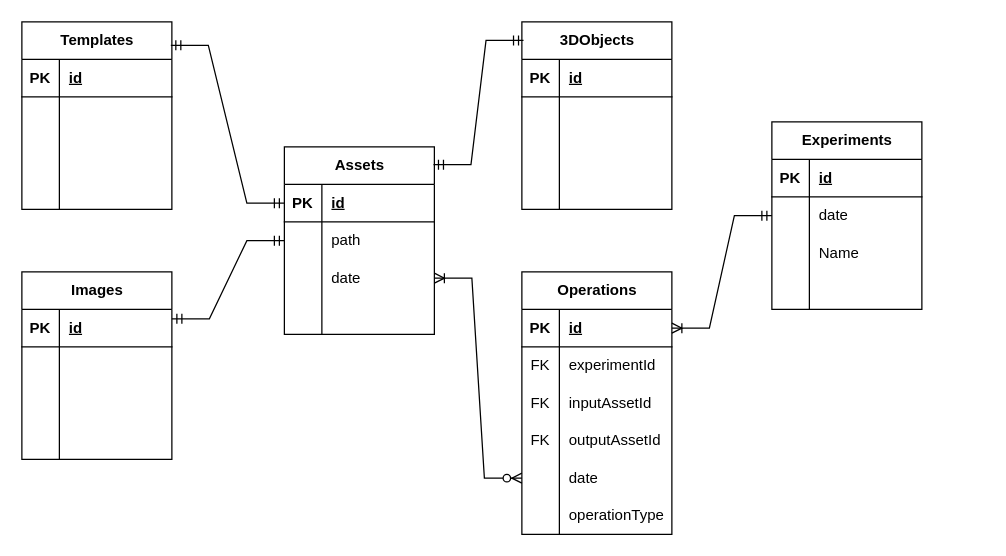
This is page "ERD" (11 of 11) of Docs/Diagrams.drawio.xml from okashaluai/Fingerprint-Biometric-Research-Tool, a draw.io file, before an edit. Source tidied: cells renumbered, new cells numbered last; positions are measured from the earlier drawing's top-left corner, leaving out a move shared by most shapes. Both pictures are drawn from the tidied source at 125%, with x=0, y=0 at pixel (21, 21).
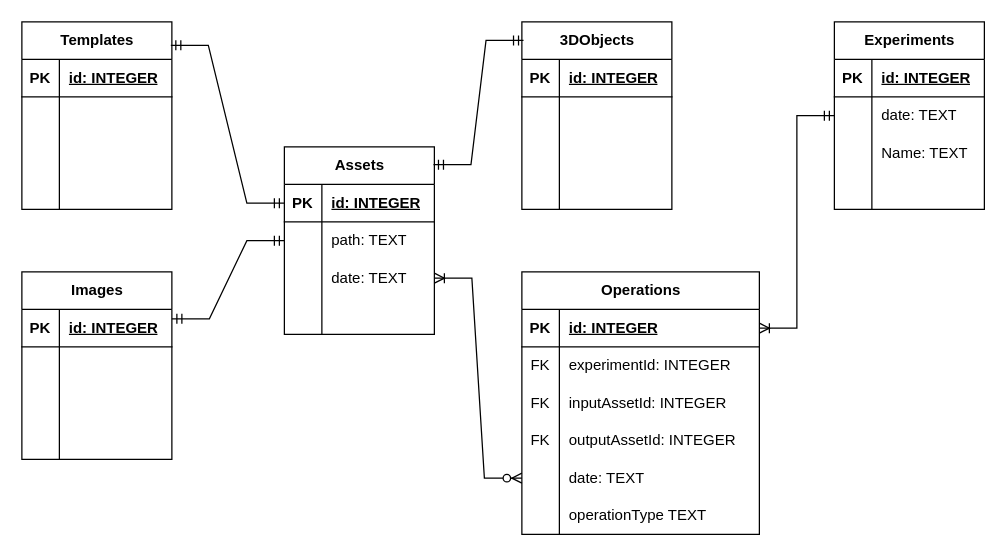
After the change.

Unchanged cells that the change refers to:
```xml
<mxCell id="3" style="shape=tableRow;horizontal=0;startSize=0;swimlaneHead=0;swimlaneBody=0;fillColor=none;top=0;left=0;right=0;bottom=1;" parent="2" vertex="1">
  <mxGeometry y="30" width="120" height="30" as="geometry" />
</mxCell>
<mxCell id="16" style="shape=tableRow;horizontal=0;startSize=0;swimlaneHead=0;swimlaneBody=0;fillColor=none;top=0;left=0;right=0;bottom=1;" parent="15" vertex="1">
  <mxGeometry y="30" width="120" height="30" as="geometry" />
</mxCell>
<mxCell id="19" style="shape=tableRow;horizontal=0;startSize=0;swimlaneHead=0;swimlaneBody=0;fillColor=none;top=0;left=0;right=0;bottom=0;" parent="15" vertex="1">
  <mxGeometry y="60" width="120" height="30" as="geometry" />
</mxCell>
<mxCell id="22" style="shape=tableRow;horizontal=0;startSize=0;swimlaneHead=0;swimlaneBody=0;fillColor=none;top=0;left=0;right=0;bottom=0;" parent="15" vertex="1">
  <mxGeometry y="90" width="120" height="30" as="geometry" />
</mxCell>
<mxCell id="50" style="shape=tableRow;horizontal=0;startSize=0;swimlaneHead=0;swimlaneBody=0;fillColor=none;top=0;left=0;right=0;bottom=1;" parent="49" vertex="1">
  <mxGeometry y="30" width="120" height="30" as="geometry" />
</mxCell>
<mxCell id="65" style="shape=tableRow;horizontal=0;startSize=0;swimlaneHead=0;swimlaneBody=0;fillColor=none;top=0;left=0;right=0;bottom=1;" parent="64" vertex="1">
  <mxGeometry y="30" width="120" height="30" as="geometry" />
</mxCell>
<mxCell id="78" style="shape=tableRow;horizontal=0;startSize=0;swimlaneHead=0;swimlaneBody=0;fillColor=none;points=[[0,0.5],[1,0.5]];portConstraint=eastwest;top=0;left=0;right=0;bottom=1;" parent="77" vertex="1">
  <mxGeometry y="30" width="120" height="30" as="geometry" />
</mxCell>
```

Change to the diagram source:
```diff
@@
-    <mxCell id="5" value="id" style="shape=partialRectangle;fillColor=none;top=0;left=0;bottom=0;right=0;align=left;spacingLeft=6;fontStyle=5;overflow=hidden;whiteSpace=wrap;html=1;" parent="3" vertex="1">
+    <mxCell id="5" value="id: INTEGER" style="shape=partialRectangle;fillColor=none;top=0;left=0;bottom=0;right=0;align=left;spacingLeft=6;fontStyle=5;overflow=hidden;whiteSpace=wrap;html=1;" parent="3" vertex="1">
       <mxGeometry x="30" width="90" height="30" as="geometry" />
     </mxCell>
@@
     <mxCell id="15" value="Experiments" style="shape=table;startSize=30;childLayout=tableLayout;rowLines=0;fontStyle=1;align=center;html=1;" parent="1" vertex="1">
-      <mxGeometry x="600" y="80" width="120" height="150" as="geometry" />
+      <mxGeometry x="650" width="120" height="150" as="geometry" />
     </mxCell>
@@
-    <mxCell id="18" value="id" style="shape=partialRectangle;fillColor=none;top=0;left=0;bottom=0;right=0;align=left;spacingLeft=6;fontStyle=5;overflow=hidden;whiteSpace=wrap;html=1;" parent="16" vertex="1">
+    <mxCell id="18" value="id: INTEGER" style="shape=partialRectangle;fillColor=none;top=0;left=0;bottom=0;right=0;align=left;spacingLeft=6;fontStyle=5;overflow=hidden;whiteSpace=wrap;html=1;" parent="16" vertex="1">
       <mxGeometry x="30" width="90" height="30" as="geometry" />
     </mxCell>
@@
-    <mxCell id="21" value="date" style="shape=partialRectangle;fillColor=none;top=0;left=0;bottom=0;right=0;align=left;spacingLeft=6;overflow=hidden;whiteSpace=wrap;html=1;" parent="19" vertex="1">
+    <mxCell id="21" value="date: TEXT" style="shape=partialRectangle;fillColor=none;top=0;left=0;bottom=0;right=0;align=left;spacingLeft=6;overflow=hidden;whiteSpace=wrap;html=1;" parent="19" vertex="1">
       <mxGeometry x="30" width="90" height="30" as="geometry" />
     </mxCell>
@@
-    <mxCell id="24" value="Name" style="shape=partialRectangle;fillColor=none;top=0;left=0;bottom=0;right=0;align=left;spacingLeft=6;overflow=hidden;whiteSpace=wrap;html=1;" parent="22" vertex="1">
+    <mxCell id="24" value="Name: TEXT" style="shape=partialRectangle;fillColor=none;top=0;left=0;bottom=0;right=0;align=left;spacingLeft=6;overflow=hidden;whiteSpace=wrap;html=1;" parent="22" vertex="1">
       <mxGeometry x="30" width="90" height="30" as="geometry" />
     </mxCell>
@@
     <mxCell id="28" value="Operations" style="shape=table;startSize=30;childLayout=tableLayout;rowLines=0;fontStyle=1;align=center;html=1;" parent="1" vertex="1">
-      <mxGeometry x="400" y="200" width="120" height="210" as="geometry" />
+      <mxGeometry x="400" y="200" width="190" height="210" as="geometry" />
     </mxCell>
     <mxCell id="29" style="shape=tableRow;horizontal=0;startSize=0;swimlaneHead=0;swimlaneBody=0;fillColor=none;points=[[0,0.5],[1,0.5]];portConstraint=eastwest;top=0;left=0;right=0;bottom=1;" parent="28" vertex="1">
-      <mxGeometry y="30" width="120" height="30" as="geometry" />
+      <mxGeometry y="30" width="190" height="30" as="geometry" />
     </mxCell>
@@
-    <mxCell id="31" value="id" style="shape=partialRectangle;fillColor=none;top=0;left=0;bottom=0;right=0;align=left;spacingLeft=6;fontStyle=5;overflow=hidden;whiteSpace=wrap;html=1;" parent="29" vertex="1">
-      <mxGeometry x="30" width="90" height="30" as="geometry" />
+    <mxCell id="31" value="id: INTEGER" style="shape=partialRectangle;fillColor=none;top=0;left=0;bottom=0;right=0;align=left;spacingLeft=6;fontStyle=5;overflow=hidden;whiteSpace=wrap;html=1;" parent="29" vertex="1">
+      <mxGeometry x="30" width="160" height="30" as="geometry" />
     </mxCell>
     <mxCell id="32" style="shape=tableRow;horizontal=0;startSize=0;swimlaneHead=0;swimlaneBody=0;fillColor=none;top=0;left=0;right=0;bottom=0;" parent="28" vertex="1">
-      <mxGeometry y="60" width="120" height="30" as="geometry" />
+      <mxGeometry y="60" width="190" height="30" as="geometry" />
     </mxCell>
@@
-    <mxCell id="34" value="experimentId" style="shape=partialRectangle;fillColor=none;top=0;left=0;bottom=0;right=0;align=left;spacingLeft=6;overflow=hidden;whiteSpace=wrap;html=1;" parent="32" vertex="1">
-      <mxGeometry x="30" width="90" height="30" as="geometry" />
+    <mxCell id="34" value="experimentId: INTEGER" style="shape=partialRectangle;fillColor=none;top=0;left=0;bottom=0;right=0;align=left;spacingLeft=6;overflow=hidden;whiteSpace=wrap;html=1;" parent="32" vertex="1">
+      <mxGeometry x="30" width="160" height="30" as="geometry" />
     </mxCell>
     <mxCell id="35" style="shape=tableRow;horizontal=0;startSize=0;swimlaneHead=0;swimlaneBody=0;fillColor=none;top=0;left=0;right=0;bottom=0;" parent="28" vertex="1">
-      <mxGeometry y="90" width="120" height="30" as="geometry" />
+      <mxGeometry y="90" width="190" height="30" as="geometry" />
     </mxCell>
@@
-    <mxCell id="37" value="inputAssetId" style="shape=partialRectangle;fillColor=none;top=0;left=0;bottom=0;right=0;align=left;spacingLeft=6;overflow=hidden;whiteSpace=wrap;html=1;" parent="35" vertex="1">
-      <mxGeometry x="30" width="90" height="30" as="geometry" />
+    <mxCell id="37" value="inputAssetId: INTEGER" style="shape=partialRectangle;fillColor=none;top=0;left=0;bottom=0;right=0;align=left;spacingLeft=6;overflow=hidden;whiteSpace=wrap;html=1;" parent="35" vertex="1">
+      <mxGeometry x="30" width="160" height="30" as="geometry" />
     </mxCell>
     <mxCell id="38" style="shape=tableRow;horizontal=0;startSize=0;swimlaneHead=0;swimlaneBody=0;fillColor=none;top=0;left=0;right=0;bottom=0;" parent="28" vertex="1">
-      <mxGeometry y="120" width="120" height="30" as="geometry" />
+      <mxGeometry y="120" width="190" height="30" as="geometry" />
     </mxCell>
@@
-    <mxCell id="40" value="outputAssetId" style="shape=partialRectangle;fillColor=none;top=0;left=0;bottom=0;right=0;align=left;spacingLeft=6;overflow=hidden;whiteSpace=wrap;html=1;" parent="38" vertex="1">
-      <mxGeometry x="30" width="90" height="30" as="geometry" />
+    <mxCell id="40" value="outputAssetId: INTEGER" style="shape=partialRectangle;fillColor=none;top=0;left=0;bottom=0;right=0;align=left;spacingLeft=6;overflow=hidden;whiteSpace=wrap;html=1;" parent="38" vertex="1">
+      <mxGeometry x="30" width="160" height="30" as="geometry" />
     </mxCell>
     <mxCell id="41" style="shape=tableRow;horizontal=0;startSize=0;swimlaneHead=0;swimlaneBody=0;fillColor=none;points=[[0,0.5],[1,0.5]];portConstraint=eastwest;top=0;left=0;right=0;bottom=0;" parent="28" vertex="1">
-      <mxGeometry y="150" width="120" height="30" as="geometry" />
+      <mxGeometry y="150" width="190" height="30" as="geometry" />
     </mxCell>
@@
-    <mxCell id="43" value="date" style="shape=partialRectangle;fillColor=none;top=0;left=0;bottom=0;right=0;align=left;spacingLeft=6;overflow=hidden;whiteSpace=wrap;html=1;" parent="41" vertex="1">
-      <mxGeometry x="30" width="90" height="30" as="geometry" />
+    <mxCell id="43" value="date: TEXT" style="shape=partialRectangle;fillColor=none;top=0;left=0;bottom=0;right=0;align=left;spacingLeft=6;overflow=hidden;whiteSpace=wrap;html=1;" parent="41" vertex="1">
+      <mxGeometry x="30" width="160" height="30" as="geometry" />
     </mxCell>
     <mxCell id="44" style="shape=tableRow;horizontal=0;startSize=0;swimlaneHead=0;swimlaneBody=0;fillColor=none;top=0;left=0;right=0;bottom=0;" parent="28" vertex="1">
-      <mxGeometry y="180" width="120" height="30" as="geometry" />
+      <mxGeometry y="180" width="190" height="30" as="geometry" />
     </mxCell>
@@
-    <mxCell id="46" value="operationType" style="shape=partialRectangle;fillColor=none;top=0;left=0;bottom=0;right=0;align=left;spacingLeft=6;overflow=hidden;whiteSpace=wrap;html=1;" parent="44" vertex="1">
-      <mxGeometry x="30" width="90" height="30" as="geometry" />
+    <mxCell id="46" value="operationType TEXT" style="shape=partialRectangle;fillColor=none;top=0;left=0;bottom=0;right=0;align=left;spacingLeft=6;overflow=hidden;whiteSpace=wrap;html=1;" parent="44" vertex="1">
+      <mxGeometry x="30" width="160" height="30" as="geometry" />
     </mxCell>
@@
-    <mxCell id="52" value="id" style="shape=partialRectangle;fillColor=none;top=0;left=0;bottom=0;right=0;align=left;spacingLeft=6;fontStyle=5;overflow=hidden;whiteSpace=wrap;html=1;" parent="50" vertex="1">
+    <mxCell id="52" value="id: INTEGER " style="shape=partialRectangle;fillColor=none;top=0;left=0;bottom=0;right=0;align=left;spacingLeft=6;fontStyle=5;overflow=hidden;whiteSpace=wrap;html=1;" parent="50" vertex="1">
       <mxGeometry x="30" width="90" height="30" as="geometry" />
     </mxCell>
@@
-    <mxCell id="67" value="id" style="shape=partialRectangle;fillColor=none;top=0;left=0;bottom=0;right=0;align=left;spacingLeft=6;fontStyle=5;overflow=hidden;whiteSpace=wrap;html=1;" parent="65" vertex="1">
+    <mxCell id="67" value="id: INTEGER" style="shape=partialRectangle;fillColor=none;top=0;left=0;bottom=0;right=0;align=left;spacingLeft=6;fontStyle=5;overflow=hidden;whiteSpace=wrap;html=1;" parent="65" vertex="1">
       <mxGeometry x="30" width="90" height="30" as="geometry" />
     </mxCell>
@@
-    <mxCell id="80" value="id" style="shape=partialRectangle;fillColor=none;top=0;left=0;bottom=0;right=0;align=left;spacingLeft=6;fontStyle=5;overflow=hidden;whiteSpace=wrap;html=1;" parent="78" vertex="1">
+    <mxCell id="80" value="id: INTEGER" style="shape=partialRectangle;fillColor=none;top=0;left=0;bottom=0;right=0;align=left;spacingLeft=6;fontStyle=5;overflow=hidden;whiteSpace=wrap;html=1;" parent="78" vertex="1">
       <mxGeometry x="30" width="90" height="30" as="geometry" />
     </mxCell>
@@
-    <mxCell id="91" value="path" style="shape=partialRectangle;fillColor=none;top=0;left=0;bottom=0;right=0;align=left;spacingLeft=6;overflow=hidden;whiteSpace=wrap;html=1;" parent="1" vertex="1">
+    <mxCell id="91" value="path: TEXT" style="shape=partialRectangle;fillColor=none;top=0;left=0;bottom=0;right=0;align=left;spacingLeft=6;overflow=hidden;whiteSpace=wrap;html=1;" parent="1" vertex="1">
       <mxGeometry x="240" y="160" width="90" height="30" as="geometry" />
     </mxCell>
-    <mxCell id="92" value="date" style="shape=partialRectangle;fillColor=none;top=0;left=0;bottom=0;right=0;align=left;spacingLeft=6;overflow=hidden;whiteSpace=wrap;html=1;" parent="1" vertex="1">
+    <mxCell id="92" value="date: TEXT" style="shape=partialRectangle;fillColor=none;top=0;left=0;bottom=0;right=0;align=left;spacingLeft=6;overflow=hidden;whiteSpace=wrap;html=1;" parent="1" vertex="1">
       <mxGeometry x="240" y="190" width="90" height="30" as="geometry" />
     </mxCell>
```
